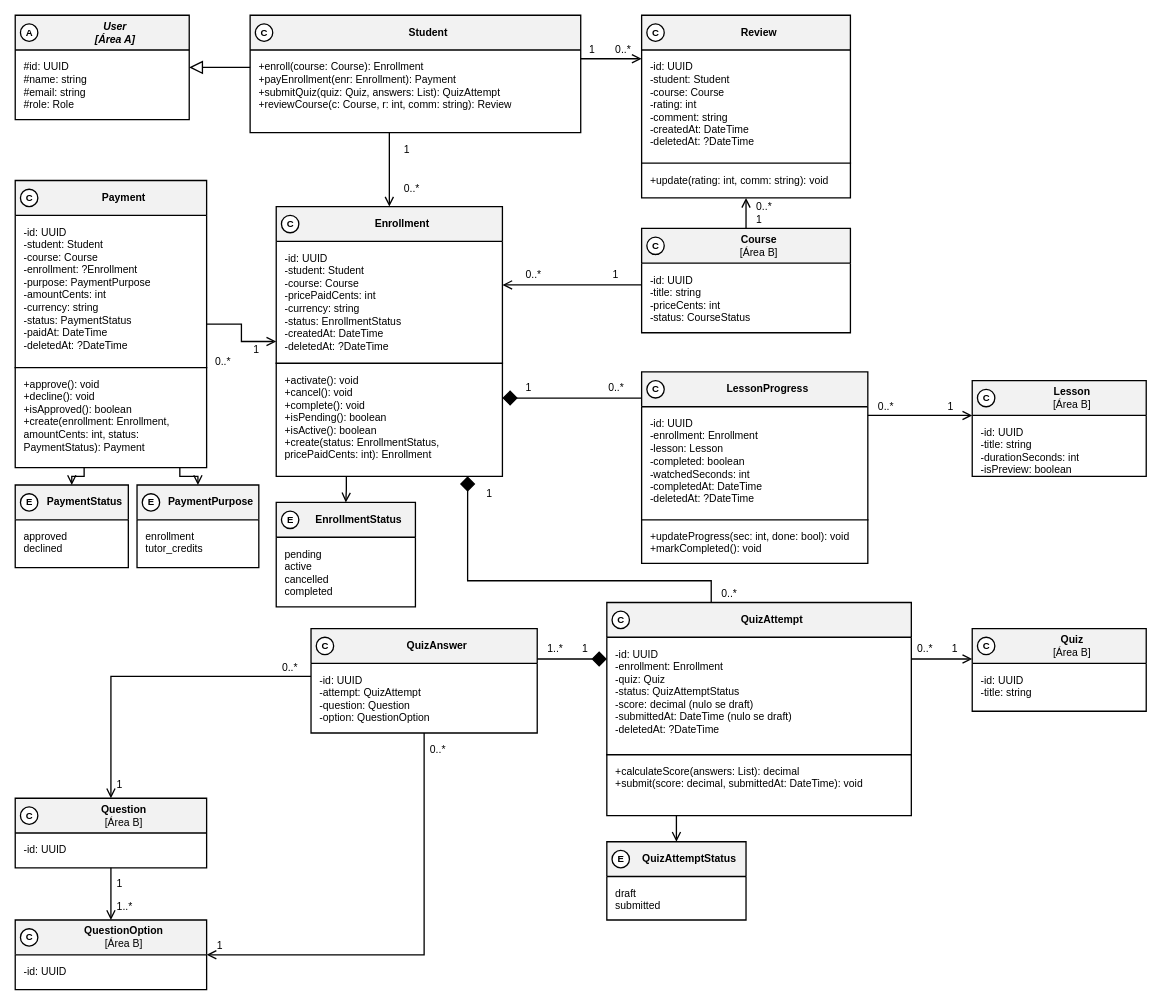
Before: especificacao/diagramas/13-classes-area-c-negocial.drawio in Plataforma-de-Cursos-TCC/plataforma-cursos-docs, a draw.io diagram. Source tidied: cells renumbered, new cells numbered last; positions are measured from the earlier drawing's top-left corner, leaving out a move shared by most shapes. Both pictures are drawn from the tidied source at 87%, with x=0, y=0 at pixel (15, 15).
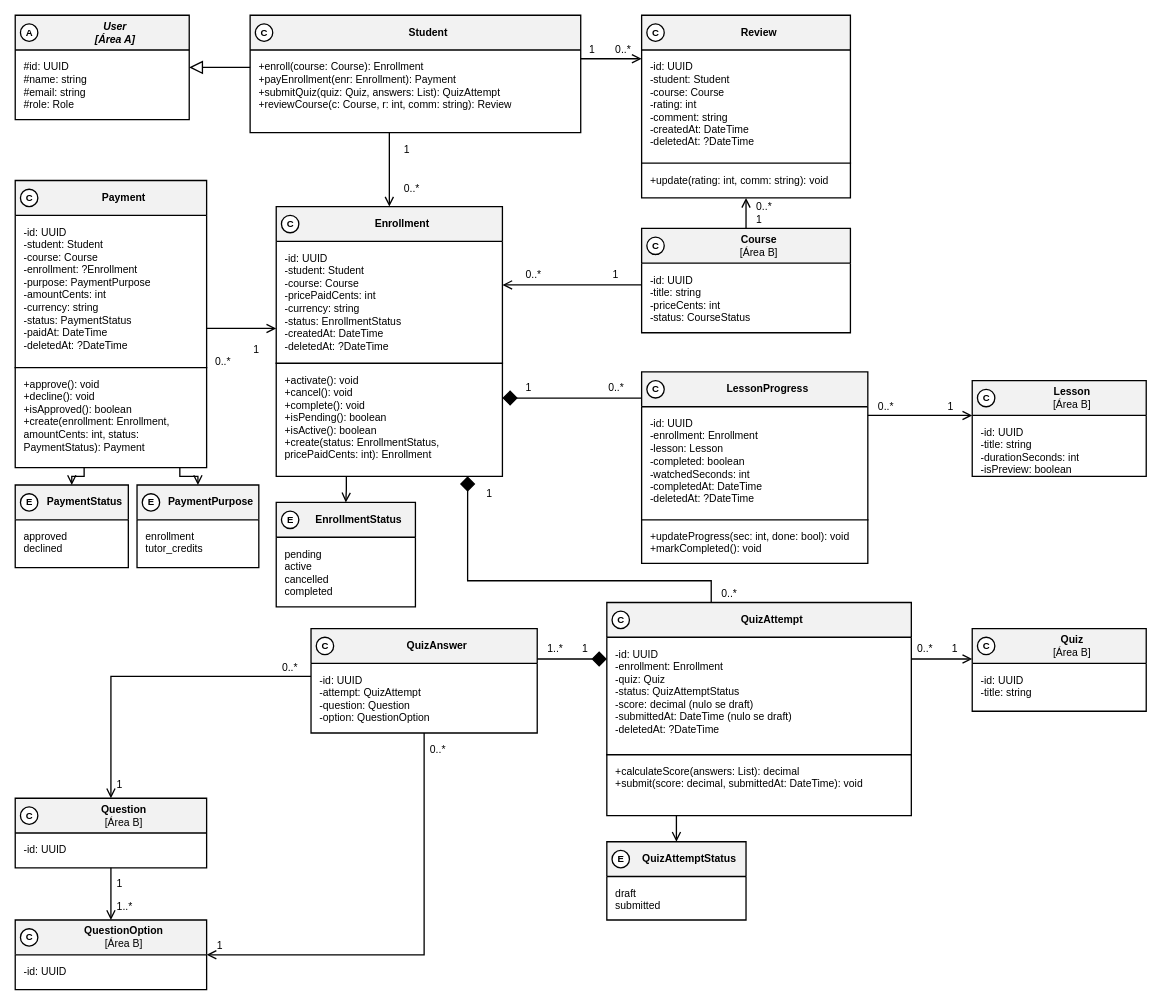
After the change.

Commit message (it also covers changes not shown here):
docs(diagrama-de-classes): route Area C diagrams without crossings

Unchanged cells that the change refers to:
```xml
<mxCell id="12" value="&lt;b&gt;Payment&lt;/b&gt;" style="swimlane;fontStyle=0;align=center;verticalAlign=middle;horizontal=1;startSize=40;html=1;whiteSpace=wrap;fontFamily=Helvetica;fontSize=12;fillColor=#F2F2F2;swimlaneFillColor=#FFFFFF;strokeColor=#000000;strokeWidth=1.5;fontColor=#000000;spacingLeft=30;" parent="1" vertex="1">
  <mxGeometry y="190" width="220" height="330" as="geometry" />
</mxCell>
<mxCell id="15" value="&lt;b&gt;Enrollment&lt;/b&gt;" style="swimlane;fontStyle=0;align=center;verticalAlign=middle;horizontal=1;startSize=40;html=1;whiteSpace=wrap;fontFamily=Helvetica;fontSize=12;fillColor=#F2F2F2;swimlaneFillColor=#FFFFFF;strokeColor=#000000;strokeWidth=1.5;fontColor=#000000;spacingLeft=30;" parent="1" vertex="1">
  <mxGeometry x="300" y="220" width="260" height="310" as="geometry" />
</mxCell>
```

Diff of the diagram source:
```diff
@@
-    <mxCell id="40" style="edgeStyle=orthogonalEdgeStyle;rounded=0;html=1;strokeColor=#000000;strokeWidth=1.5;endArrow=open;endFill=0;endSize=8;fontFamily=Helvetica;fontSize=12;exitX=1;exitY=0.5;entryX=0;entryY=0.5;" parent="1" edge="1" source="12" target="15">
+    <mxCell id="40" style="edgeStyle=orthogonalEdgeStyle;rounded=0;html=1;strokeColor=#000000;strokeWidth=1.5;endArrow=open;endFill=0;endSize=8;fontFamily=Helvetica;fontSize=12;exitX=1;exitY=0.5152;entryX=0;entryY=0.4516;" parent="1" edge="1" source="12" target="15">
       <mxGeometry relative="1" as="geometry" />
     </mxCell>
```
